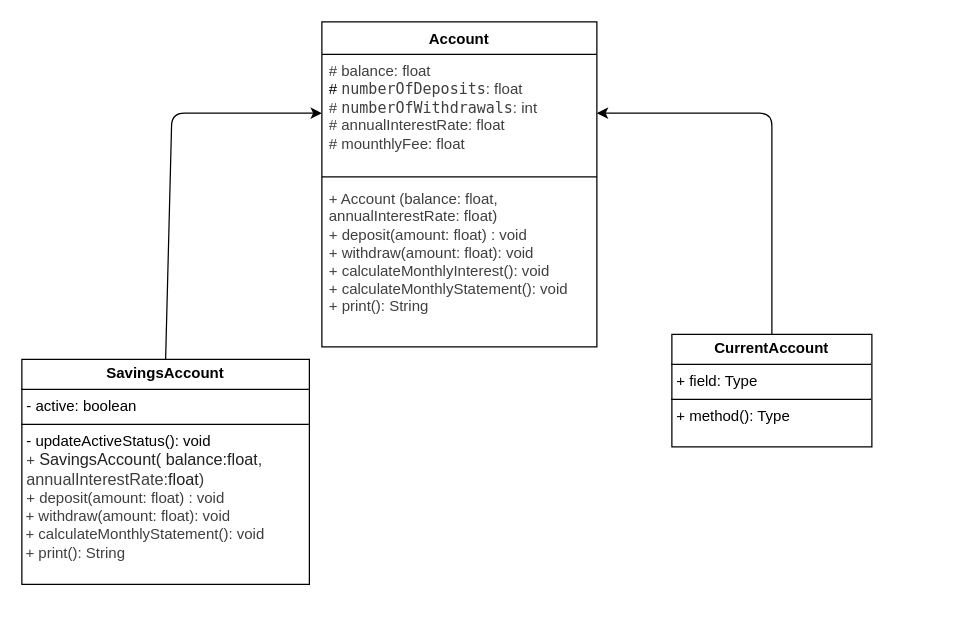
Above: diagramm-uml.drawio in zookatt/cuenta-bancaria (draw.io), before the change. Source tidied: cells renumbered, new cells numbered last; positions are measured from the earlier drawing's top-left corner, leaving out a move shared by most shapes. Both pictures are drawn from the tidied source at 125%, with x=0, y=0 at pixel (21, 21).
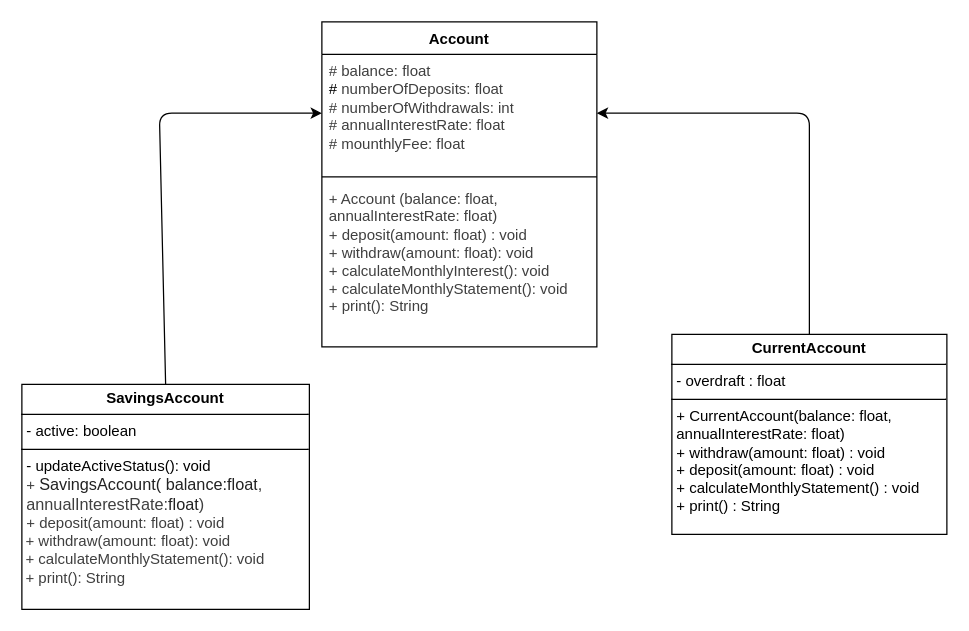
After the change.

Commit message:
docs: update uml diagramm introducing CurrentAccount

Change to the diagram source:
```diff
@@
 <mxGraphModel>
   <root>
     <mxCell id="0" />
     <mxCell id="1" parent="0" />
     <mxCell id="2" style="edgeStyle=none;html=1;exitX=0.5;exitY=0;exitDx=0;exitDy=0;" parent="1" edge="1" source="7" target="4">
       <mxGeometry relative="1" as="geometry">
         <Array as="points">
-          <mxPoint x="120" y="73" />
+          <mxPoint x="110" y="73" />
         </Array>
       </mxGeometry>
     </mxCell>
     <mxCell id="3" value="Account" style="swimlane;fontStyle=1;align=center;verticalAlign=top;horizontal=1;startSize=26;whiteSpace=wrap;html=1;" parent="1" vertex="1">
       <mxGeometry x="240" width="220" height="260" as="geometry" />
     </mxCell>
-    <mxCell id="4" value="&lt;font style=&quot;color: rgb(63, 63, 63);&quot;&gt;# balance: float&lt;/font&gt;&lt;div&gt;&lt;font&gt;#&amp;nbsp;&lt;span style=&quot;font-family: Menlo, Monaco, &amp;quot;Courier New&amp;quot;, monospace; white-space: pre; background-color: light-dark(#ffffff, var(--ge-dark-color, #121212));&quot;&gt;&lt;font style=&quot;color: rgb(63, 63, 63);&quot;&gt;numberOfDeposits&lt;/font&gt;&lt;/span&gt;&lt;span style=&quot;color: rgb(63, 63, 63); background-color: transparent;&quot;&gt;: float&lt;/span&gt;&lt;br&gt;&lt;/font&gt;&lt;div style=&quot;scrollbar-color: rgb(226, 226, 226) rgb(251, 251, 251);&quot;&gt;&lt;font&gt;&lt;span style=&quot;color: light-dark(rgb(63, 63, 63), rgb(183, 183, 183));&quot;&gt;#&amp;nbsp;&lt;/span&gt;&lt;font style=&quot;color: rgb(63, 63, 63);&quot;&gt;&lt;span style=&quot;color: rgb(63, 63, 63); font-family: Menlo, Monaco, &amp;quot;Courier New&amp;quot;, monospace; white-space: pre; background-color: rgb(255, 255, 255);&quot;&gt;numberOfWithdrawals&lt;/span&gt;: int&lt;/font&gt;&lt;/font&gt;&lt;div style=&quot;color: rgb(63, 63, 63); scrollbar-color: rgb(226, 226, 226) rgb(251, 251, 251);&quot;&gt;&lt;font&gt;# annualInterestRate: float&lt;/font&gt;&lt;div style=&quot;color: rgb(63, 63, 63); scrollbar-color: rgb(226, 226, 226) rgb(251, 251, 251);&quot;&gt;&lt;font&gt;# mounthlyFee: float&lt;/font&gt;&lt;div style=&quot;color: rgb(63, 63, 63); scrollbar-color: rgb(226, 226, 226) rgb(251, 251, 251);&quot;&gt;&lt;br style=&quot;color: rgb(63, 63, 63); scrollbar-color: rgb(226, 226, 226) rgb(251, 251, 251);&quot;&gt;&lt;/div&gt;&lt;/div&gt;&lt;/div&gt;&lt;/div&gt;&lt;/div&gt;" style="text;strokeColor=none;fillColor=none;align=left;verticalAlign=top;spacingLeft=4;spacingRight=4;overflow=hidden;points=[[0,0.5],[1,0.5]];portConstraint=eastwest;whiteSpace=wrap;html=1;" parent="3" vertex="1">
+    <mxCell id="4" value="&lt;font face=&quot;Helvetica&quot; style=&quot;color: rgb(63, 63, 63);&quot;&gt;# balance: float&lt;/font&gt;&lt;div&gt;&lt;font face=&quot;Helvetica&quot;&gt;#&amp;nbsp;&lt;span style=&quot;white-space: pre; background-color: light-dark(#ffffff, var(--ge-dark-color, #121212));&quot;&gt;&lt;font style=&quot;color: rgb(63, 63, 63);&quot;&gt;numberOfDeposits&lt;/font&gt;&lt;/span&gt;&lt;span style=&quot;color: rgb(63, 63, 63); background-color: transparent;&quot;&gt;: float&lt;/span&gt;&lt;br&gt;&lt;/font&gt;&lt;div style=&quot;scrollbar-color: rgb(226, 226, 226) rgb(251, 251, 251);&quot;&gt;&lt;font face=&quot;Helvetica&quot;&gt;&lt;span style=&quot;color: light-dark(rgb(63, 63, 63), rgb(183, 183, 183));&quot;&gt;#&amp;nbsp;&lt;/span&gt;&lt;font style=&quot;color: rgb(63, 63, 63);&quot;&gt;&lt;span style=&quot;color: rgb(63, 63, 63); white-space: pre; background-color: rgb(255, 255, 255);&quot;&gt;numberOfWithdrawals&lt;/span&gt;: int&lt;/font&gt;&lt;/font&gt;&lt;div style=&quot;color: rgb(63, 63, 63); scrollbar-color: rgb(226, 226, 226) rgb(251, 251, 251);&quot;&gt;&lt;font face=&quot;Helvetica&quot;&gt;# annualInterestRate: float&lt;/font&gt;&lt;div style=&quot;color: rgb(63, 63, 63); scrollbar-color: rgb(226, 226, 226) rgb(251, 251, 251);&quot;&gt;&lt;font face=&quot;Helvetica&quot;&gt;# mounthlyFee: float&lt;/font&gt;&lt;div style=&quot;color: rgb(63, 63, 63); scrollbar-color: rgb(226, 226, 226) rgb(251, 251, 251);&quot;&gt;&lt;br style=&quot;color: rgb(63, 63, 63); scrollbar-color: rgb(226, 226, 226) rgb(251, 251, 251);&quot;&gt;&lt;/div&gt;&lt;/div&gt;&lt;/div&gt;&lt;/div&gt;&lt;/div&gt;" style="text;strokeColor=none;fillColor=none;align=left;verticalAlign=top;spacingLeft=4;spacingRight=4;overflow=hidden;points=[[0,0.5],[1,0.5]];portConstraint=eastwest;whiteSpace=wrap;html=1;" parent="3" vertex="1">
       <mxGeometry y="26" width="220" height="94" as="geometry" />
     </mxCell>
     <mxCell id="5" style="line;strokeWidth=1;fillColor=none;align=left;verticalAlign=middle;spacingTop=-1;spacingLeft=3;spacingRight=3;labelPosition=right;strokeColor=inherit;" parent="3" vertex="1">
       <mxGeometry y="120" width="220" height="8" as="geometry" />
     </mxCell>
     <mxCell id="6" value="&lt;font style=&quot;color: rgb(63, 63, 63);&quot;&gt;+ Account (balance: float, annualInterestRate:&amp;nbsp;float)&lt;/font&gt;&lt;div&gt;&lt;font style=&quot;color: rgb(63, 63, 63);&quot;&gt;+ deposit(amount: float) : void&lt;/font&gt;&lt;/div&gt;&lt;div&gt;&lt;font style=&quot;color: rgb(63, 63, 63);&quot;&gt;+ withdraw(amount: float): void&amp;nbsp;&lt;/font&gt;&lt;/div&gt;&lt;div&gt;&lt;font style=&quot;color: rgb(63, 63, 63);&quot;&gt;&lt;span style=&quot;background-color: transparent;&quot;&gt;+ calculateMonthlyInterest(): void&lt;/span&gt;&lt;/font&gt;&lt;/div&gt;&lt;div&gt;&lt;font style=&quot;color: rgb(63, 63, 63);&quot;&gt;&lt;span style=&quot;background-color: transparent;&quot;&gt;+ calculateMonthlyStatement(): void&lt;/span&gt;&lt;/font&gt;&lt;/div&gt;&lt;div&gt;&lt;font style=&quot;color: rgb(63, 63, 63);&quot;&gt;&lt;span style=&quot;background-color: transparent;&quot;&gt;+ print(): String&lt;/span&gt;&amp;nbsp;&lt;/font&gt;&lt;/div&gt;" style="text;strokeColor=none;fillColor=none;align=left;verticalAlign=top;spacingLeft=4;spacingRight=4;overflow=hidden;whiteSpace=wrap;html=1;" parent="3" vertex="1">
       <mxGeometry y="128" width="220" height="132" as="geometry" />
     </mxCell>
     <mxCell id="7" value="&lt;p style=&quot;margin:0px;margin-top:4px;text-align:center;&quot;&gt;&lt;b&gt;SavingsAccount&lt;/b&gt;&lt;/p&gt;&lt;hr size=&quot;1&quot; style=&quot;border-style:solid;&quot;&gt;&lt;p style=&quot;margin:0px;margin-left:4px;&quot;&gt;- active: boolean&lt;/p&gt;&lt;hr size=&quot;1&quot; style=&quot;border-style:solid;&quot;&gt;&lt;p style=&quot;margin:0px;margin-left:4px;&quot;&gt;- updateActiveStatus(): void&lt;/p&gt;&lt;p style=&quot;margin:0px;margin-left:4px;&quot;&gt;&lt;span style=&quot;color: rgb(63, 63, 63); background-color: transparent;&quot;&gt;+&amp;nbsp;&lt;/span&gt;&lt;span style=&quot;background-color: rgb(255, 255, 255); font-family: Arial, Helvetica, sans-serif; font-size: small; color: rgb(34, 34, 34);&quot;&gt;SavingsAccount( balance:&lt;/span&gt;&lt;span style=&quot;background-color: rgb(255, 255, 255); font-family: Arial, Helvetica, sans-serif; font-size: small; color: rgb(34, 34, 34);&quot;&gt;float&lt;/span&gt;&lt;span style=&quot;color: rgb(63, 63, 63); background-color: light-dark(rgb(255, 255, 255), rgb(18, 18, 18)); font-family: Arial, Helvetica, sans-serif; font-size: small;&quot;&gt;, annualInterestRate:&lt;/span&gt;&lt;span style=&quot;background-color: rgb(255, 255, 255); font-family: Arial, Helvetica, sans-serif; font-size: small; color: rgb(34, 34, 34);&quot;&gt;float&lt;/span&gt;&lt;span style=&quot;background-color: light-dark(rgb(255, 255, 255), rgb(18, 18, 18)); font-family: Arial, Helvetica, sans-serif; font-size: small; color: rgb(63, 63, 63);&quot;&gt;)&lt;/span&gt;&lt;/p&gt;&lt;p style=&quot;margin:0px;margin-left:4px;&quot;&gt;&lt;span style=&quot;color: rgb(63, 63, 63); background-color: transparent;&quot;&gt;+ deposit(amount: float) : void&lt;/span&gt;&lt;/p&gt;&lt;p style=&quot;margin:0px;margin-left:4px;&quot;&gt;&lt;span style=&quot;color: rgb(63, 63, 63); background-color: transparent;&quot;&gt;&lt;/span&gt;&lt;/p&gt;&lt;div style=&quot;color: rgb(63, 63, 63); scrollbar-color: rgb(226, 226, 226) rgb(251, 251, 251);&quot;&gt;&lt;font style=&quot;scrollbar-color: rgb(226, 226, 226) rgb(251, 251, 251); color: rgb(63, 63, 63);&quot;&gt;&amp;nbsp;+ withdraw(amount: float): void&lt;/font&gt;&lt;/div&gt;&lt;div style=&quot;color: rgb(63, 63, 63); scrollbar-color: rgb(226, 226, 226) rgb(251, 251, 251);&quot;&gt;&lt;font style=&quot;scrollbar-color: rgb(226, 226, 226) rgb(251, 251, 251); color: rgb(63, 63, 63);&quot;&gt;&lt;span style=&quot;color: rgb(63, 63, 63);&quot;&gt;&amp;nbsp;+ calculateMonthlyStatement(): void&lt;/span&gt;&lt;/font&gt;&lt;/div&gt;&lt;div style=&quot;color: rgb(63, 63, 63); scrollbar-color: rgb(226, 226, 226) rgb(251, 251, 251);&quot;&gt;&lt;font style=&quot;scrollbar-color: rgb(226, 226, 226) rgb(251, 251, 251); color: rgb(63, 63, 63);&quot;&gt;&lt;span style=&quot;color: rgb(63, 63, 63);&quot;&gt;&lt;span style=&quot;color: rgb(63, 63, 63); scrollbar-color: rgb(226, 226, 226) rgb(251, 251, 251); background-color: transparent;&quot;&gt;&amp;nbsp;+ print(): String&lt;/span&gt;&lt;span style=&quot;color: rgb(63, 63, 63);&quot;&gt;&amp;nbsp;&lt;/span&gt;&lt;/span&gt;&lt;/font&gt;&lt;/div&gt;&lt;div style=&quot;color: rgb(63, 63, 63); scrollbar-color: rgb(226, 226, 226) rgb(251, 251, 251);&quot;&gt;&lt;font style=&quot;scrollbar-color: rgb(226, 226, 226) rgb(251, 251, 251); color: rgb(63, 63, 63);&quot;&gt;&lt;span style=&quot;color: rgb(63, 63, 63);&quot;&gt;&lt;br&gt;&lt;/span&gt;&lt;/font&gt;&lt;/div&gt;&lt;div style=&quot;color: rgb(63, 63, 63); scrollbar-color: rgb(226, 226, 226) rgb(251, 251, 251);&quot;&gt;&lt;font style=&quot;scrollbar-color: rgb(226, 226, 226) rgb(251, 251, 251); color: rgb(63, 63, 63);&quot;&gt;&amp;nbsp;&lt;/font&gt;&lt;/div&gt;&lt;div&gt;&lt;font style=&quot;scrollbar-color: rgb(226, 226, 226) rgb(251, 251, 251); color: rgb(63, 63, 63);&quot;&gt;&lt;br&gt;&lt;/font&gt;&lt;/div&gt;&lt;div&gt;&lt;span style=&quot;color: rgb(63, 63, 63); background-color: transparent;&quot;&gt;&lt;br&gt;&lt;/span&gt;&lt;/div&gt;" style="verticalAlign=top;align=left;overflow=fill;html=1;whiteSpace=wrap;" parent="1" vertex="1">
-      <mxGeometry y="270" width="230" height="180" as="geometry" />
+      <mxGeometry y="290" width="230" height="180" as="geometry" />
     </mxCell>
-    <mxCell id="8" value="&lt;p style=&quot;margin:0px;margin-top:4px;text-align:center;&quot;&gt;&lt;b&gt;CurrentAccount&lt;/b&gt;&lt;/p&gt;&lt;hr size=&quot;1&quot; style=&quot;border-style:solid;&quot;&gt;&lt;p style=&quot;margin:0px;margin-left:4px;&quot;&gt;+ field: Type&lt;/p&gt;&lt;hr size=&quot;1&quot; style=&quot;border-style:solid;&quot;&gt;&lt;p style=&quot;margin:0px;margin-left:4px;&quot;&gt;+ method(): Type&lt;/p&gt;" style="verticalAlign=top;align=left;overflow=fill;html=1;whiteSpace=wrap;" parent="1" vertex="1">
-      <mxGeometry x="520" y="250" width="160" height="90" as="geometry" />
+    <mxCell id="8" value="&lt;p style=&quot;margin:0px;margin-top:4px;text-align:center;&quot;&gt;&lt;b&gt;CurrentAccount&lt;/b&gt;&lt;/p&gt;&lt;hr size=&quot;1&quot; style=&quot;border-style:solid;&quot;&gt;&lt;p style=&quot;margin:0px;margin-left:4px;&quot;&gt;- overdraft : float&lt;/p&gt;&lt;hr size=&quot;1&quot; style=&quot;border-style:solid;&quot;&gt;&lt;p style=&quot;margin:0px;margin-left:4px;&quot;&gt;+ CurrentAccount(balance: float,&lt;br/&gt;                 annualInterestRate: float)&lt;br/&gt;+ withdraw(amount: float) : void&lt;br/&gt;+ deposit(amount: float) : void&lt;br/&gt;+ calculateMonthlyStatement() : void&lt;br/&gt;+ print() : String&lt;/p&gt;" style="verticalAlign=top;align=left;overflow=fill;html=1;whiteSpace=wrap;" parent="1" vertex="1">
+      <mxGeometry x="520" y="250" width="220" height="160" as="geometry" />
     </mxCell>
     <mxCell id="9" style="edgeStyle=none;html=1;exitX=0.5;exitY=0;exitDx=0;exitDy=0;entryX=1;entryY=0.5;entryDx=0;entryDy=0;" parent="1" edge="1" source="8" target="4">
       <mxGeometry relative="1" as="geometry">
         <Array as="points">
-          <mxPoint x="600" y="73" />
+          <mxPoint x="630" y="73" />
         </Array>
       </mxGeometry>
     </mxCell>
   </root>
 </mxGraphModel>
```
